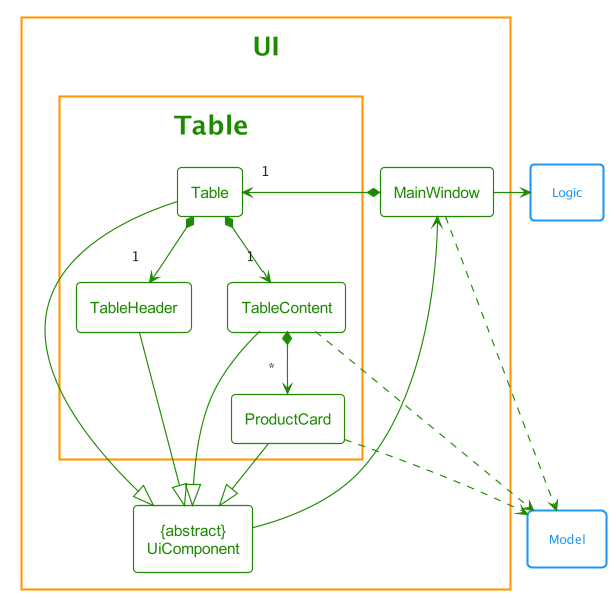
nus-cs2103-AY2122S2/tp keeps this PlantUML diagram as docs/images/UiTableDiagram.png. Above is the earlier version.
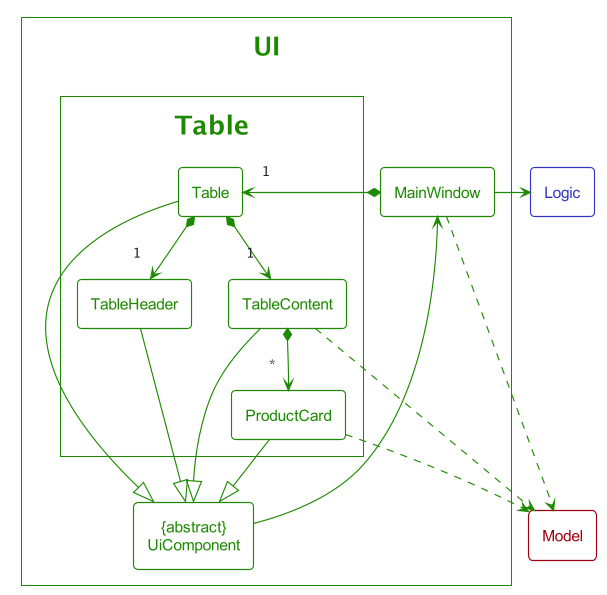
Above is the later version.

Change to the diagram source:
```diff
@@ -1,25 +1,22 @@
 @startuml
-!include style.puml
+!include Style.puml
 
 $OverrideTheme(UI_COLOR)
 
-package UI {
-    class "{abstract}\nUiComponent" as UiComponent
-    class MainWindow
+package UI as UiPackage<<Ui>> {
+    class "{abstract}\nUiComponent" as UiComponent<<Ui>>
+    class MainWindow<<Ui>>
 
-    package Table {
-        class ProductCard
-        class Table
-        class TableContent
-        class TableHeader
+    package Table as Table<<Ui>> {
+        class ProductCard<<Ui>>
+        class Table<<Ui>>
+        class TableContent<<Ui>>
+        class TableHeader<<Ui>>
     }
 }
 
-package Model <<Rectangle>> {
-}
-
-package Logic <<Rectangle>> {
-}
+class Model<<Model>>
+class Logic<<Logic>>
 
 MainWindow *-right-> "1" Table
 
```
